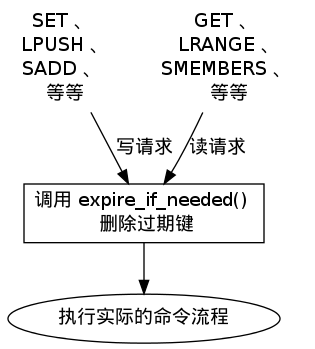
Earlier version of the Graphviz export internal/image/expire-check.png (huangzworks/redisbook). Its source is kept beside it as internal/image/expire-check.dot.
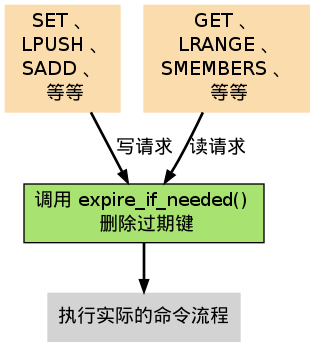
The same file after the commit.

What changed in the source:
```diff
@@ -1,12 +1,18 @@
 digraph expire_check {
 
-    write_commands [label = "SET 、\n LPUSH 、\n SADD 、 \n 等等", shape = "plaintext"];
+    node [style = filled, shape = plaintext];
 
-    read_commands [label = "GET 、\n LRANGE 、\n SMEMBERS 、 \n 等等", shape = "plaintext"];
+    edge [style = bold];
 
-    expire_if_needed [label = "调用 expire_if_needed() \n 删除过期键", shape = box];
+
+    write_commands [label = "SET 、\n LPUSH 、\n SADD 、 \n 等等", fillcolor = "#FADCAD"];
+
+    read_commands [label = "GET 、\n LRANGE 、\n SMEMBERS 、 \n 等等", fillcolor = "#FADCAD"];
+
+    expire_if_needed [label = "调用 expire_if_needed() \n 删除过期键", shape = box, fillcolor = "#A8E270"];
 
     process [label = "执行实际的命令流程"];
+
 
     write_commands -> expire_if_needed [label = "写请求"];
 
```
